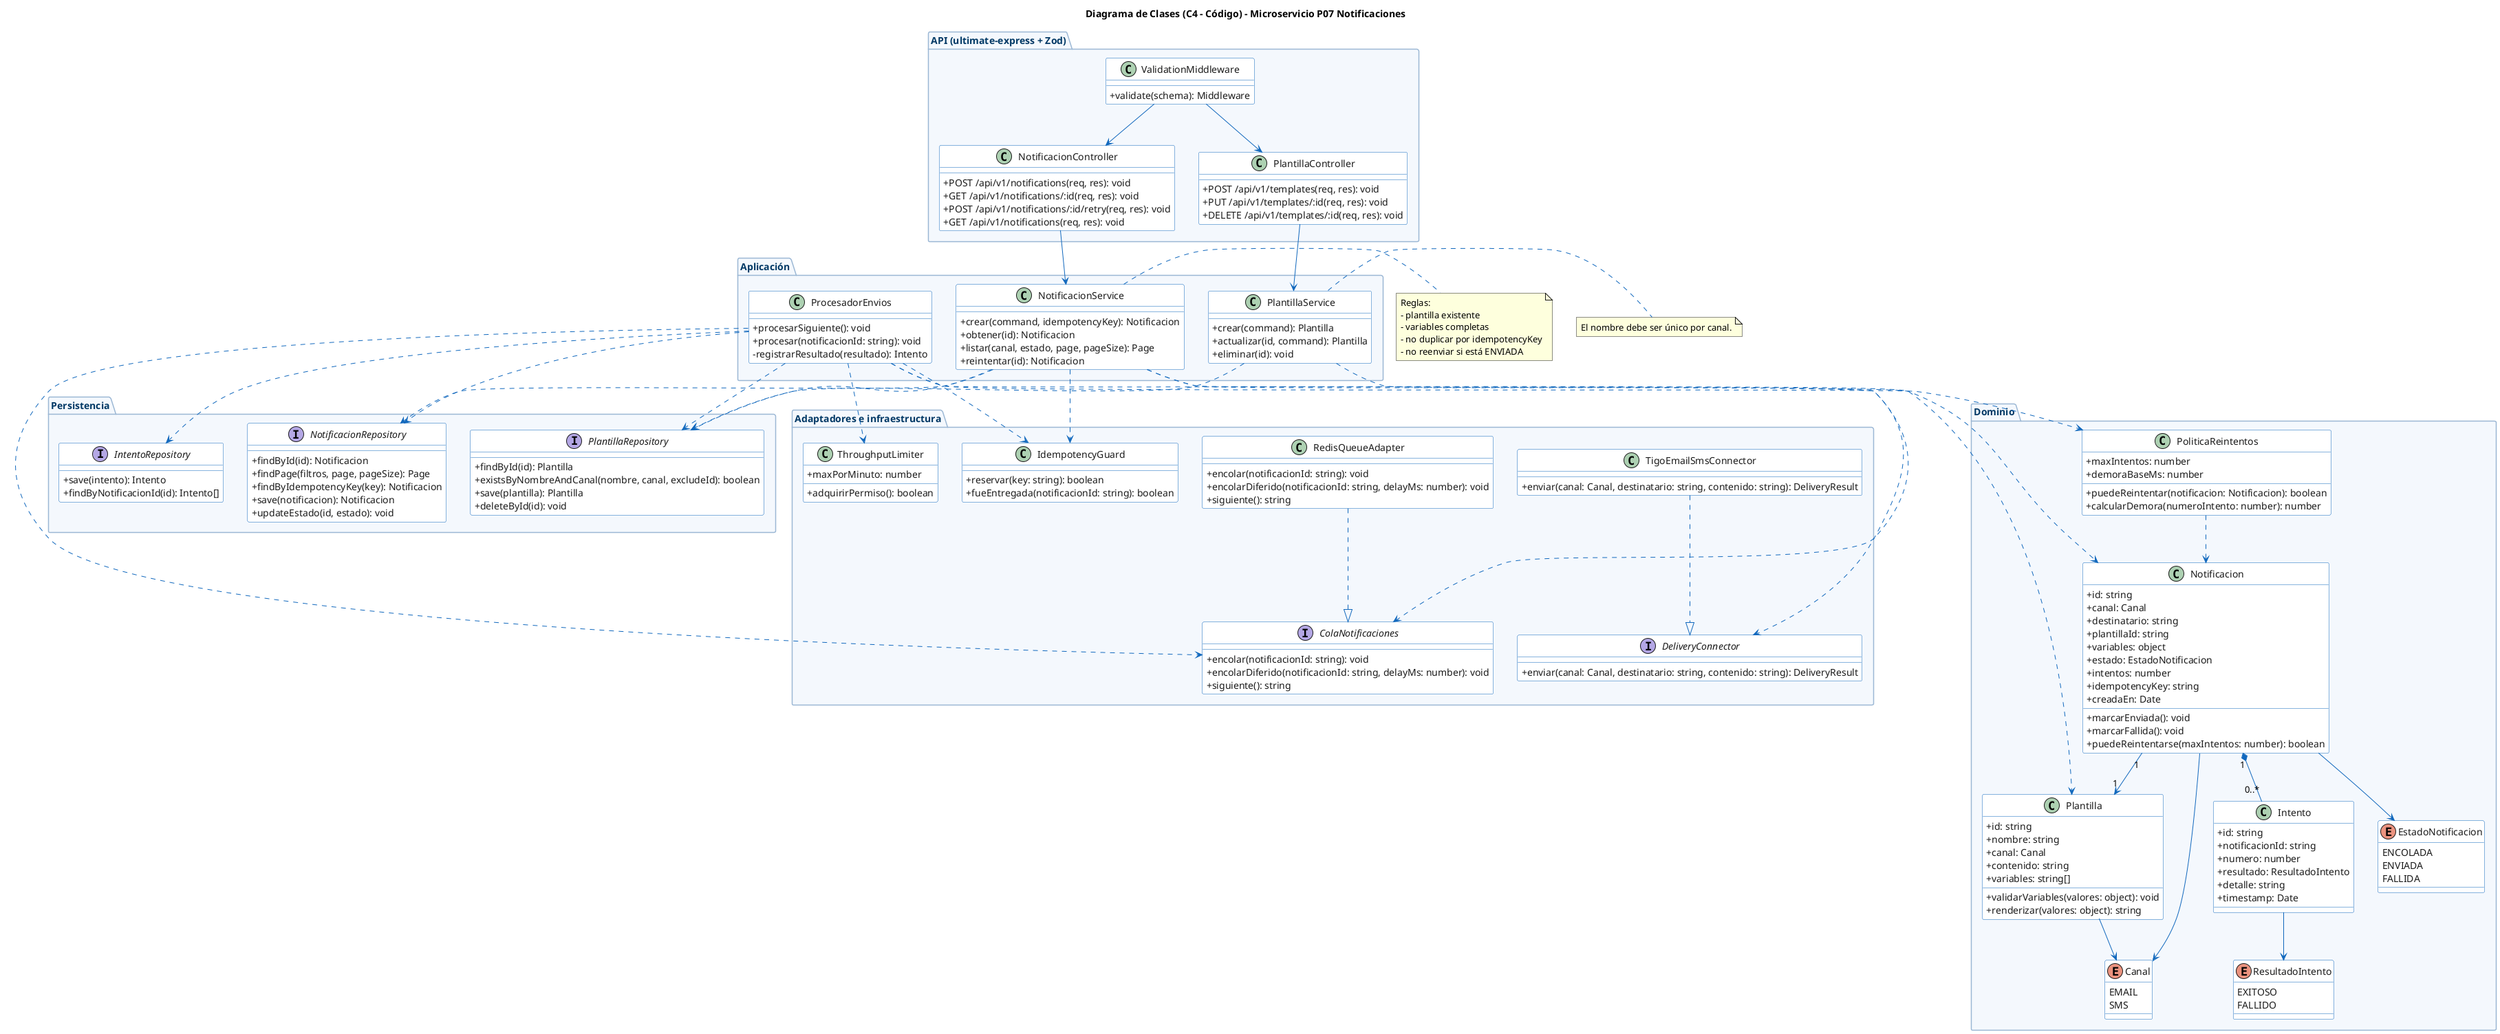
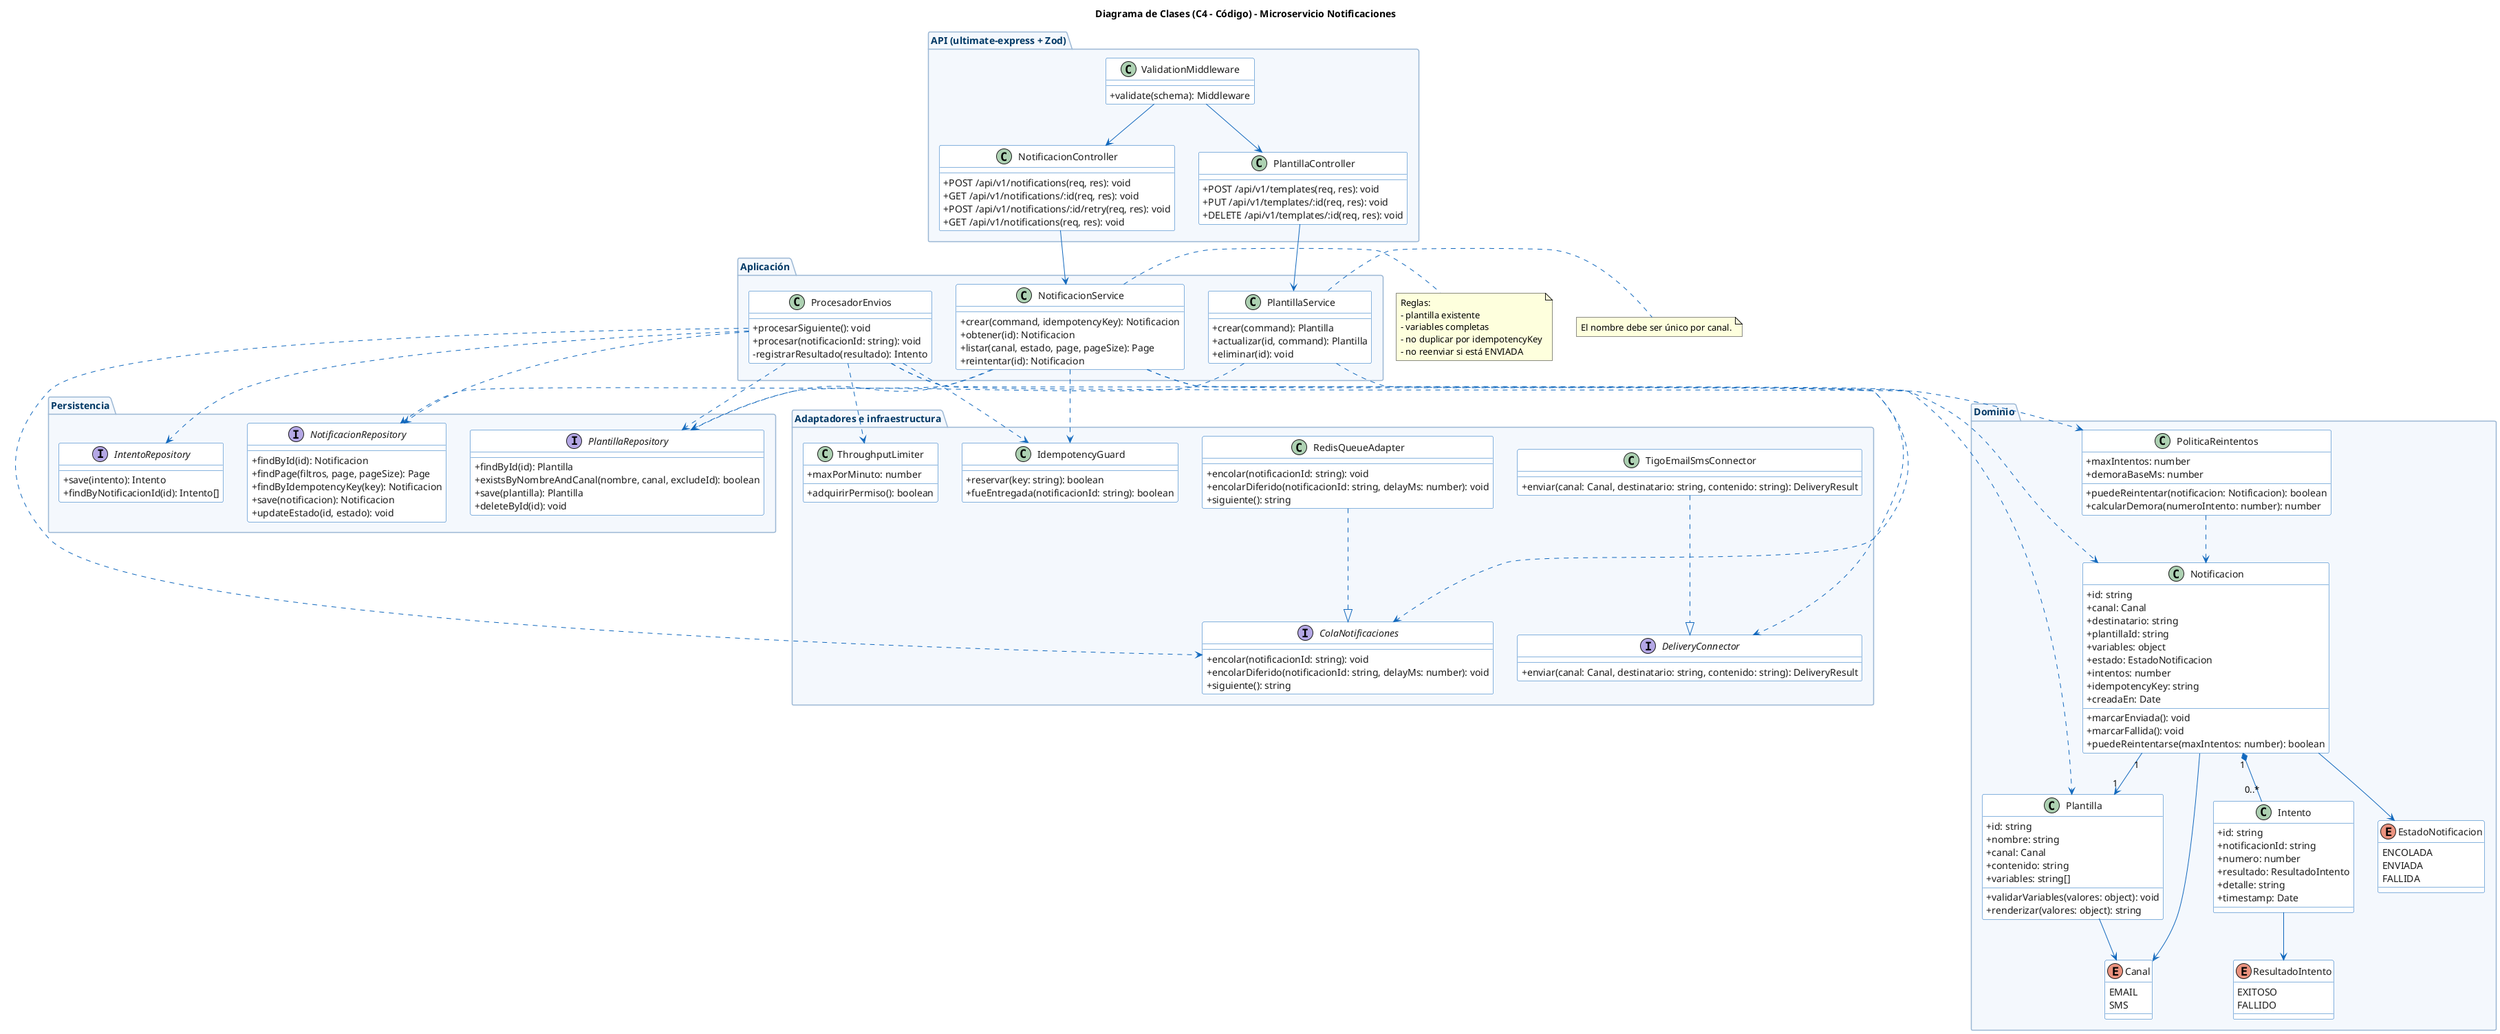
@startuml notificaciones-04-clases
- ' ============================================================
- ' C4 - Nivel 4: Código (Diagrama de Clases)
- ' Sistema: P07 - Microservicio de Notificaciones
- ' ============================================================
+ 
skinparam backgroundColor #FFFFFF
skinparam shadowing false
skinparam classAttributeIconSize 0
skinparam class {
    BackgroundColor #FFFFFF
    BorderColor #1168BD
    ArrowColor #1168BD
    FontColor #1A1A1A
    AttributeFontColor #1A1A1A
    StereotypeFontColor #003865
}
skinparam package {
    BackgroundColor #F4F8FD
    BorderColor #9BB7D4
    FontColor #003865
}
skinparam enum {
    BackgroundColor #FFF7E6
    BorderColor #E0A800
    FontColor #1A1A1A
}

- title Diagrama de Clases (C4 - Código) - Microservicio P07 Notificaciones
+ title Diagrama de Clases (C4 - Código) - Microservicio Notificaciones

package "Dominio" {
    enum Canal {
        EMAIL
        SMS
    }

    enum EstadoNotificacion {
        ENCOLADA
        ENVIADA
        FALLIDA
    }

    enum ResultadoIntento {
        EXITOSO
        FALLIDO
    }

    class Plantilla {
        +id: string
        +nombre: string
        +canal: Canal
        +contenido: string
        +variables: string[]
        +validarVariables(valores: object): void
        +renderizar(valores: object): string
    }

    class Notificacion {
        +id: string
        +canal: Canal
        +destinatario: string
        +plantillaId: string
        +variables: object
        +estado: EstadoNotificacion
        +intentos: number
        +idempotencyKey: string
        +creadaEn: Date
        +marcarEnviada(): void
        +marcarFallida(): void
        +puedeReintentarse(maxIntentos: number): boolean
    }

    class Intento {
        +id: string
        +notificacionId: string
        +numero: number
        +resultado: ResultadoIntento
        +detalle: string
        +timestamp: Date
    }

    class PoliticaReintentos {
        +maxIntentos: number
        +demoraBaseMs: number
        +puedeReintentar(notificacion: Notificacion): boolean
        +calcularDemora(numeroIntento: number): number
    }
}

Plantilla --> Canal
Notificacion --> Canal
Notificacion --> EstadoNotificacion
Notificacion "1" --> "1" Plantilla
Notificacion "1" *-- "0..*" Intento
Intento --> ResultadoIntento
PoliticaReintentos ..> Notificacion

package "API (ultimate-express + Zod)" {
    class NotificacionController {
        +POST /api/v1/notifications(req, res): void
        +GET /api/v1/notifications/:id(req, res): void
        +POST /api/v1/notifications/:id/retry(req, res): void
        +GET /api/v1/notifications(req, res): void
    }

    class PlantillaController {
        +POST /api/v1/templates(req, res): void
        +PUT /api/v1/templates/:id(req, res): void
        +DELETE /api/v1/templates/:id(req, res): void
    }

    class ValidationMiddleware {
        +validate(schema): Middleware
    }
}

package "Aplicación" {
    class NotificacionService {
        +crear(command, idempotencyKey): Notificacion
        +obtener(id): Notificacion
        +listar(canal, estado, page, pageSize): Page
        +reintentar(id): Notificacion
    }

    class PlantillaService {
        +crear(command): Plantilla
        +actualizar(id, command): Plantilla
        +eliminar(id): void
    }

    class ProcesadorEnvios {
        +procesarSiguiente(): void
        +procesar(notificacionId: string): void
        -registrarResultado(resultado): Intento
    }
}

ValidationMiddleware --> NotificacionController
ValidationMiddleware --> PlantillaController
NotificacionController --> NotificacionService
PlantillaController --> PlantillaService

package "Persistencia" {
    interface NotificacionRepository {
        +findById(id): Notificacion
        +findPage(filtros, page, pageSize): Page
        +findByIdempotencyKey(key): Notificacion
        +save(notificacion): Notificacion
        +updateEstado(id, estado): void
    }

    interface PlantillaRepository {
        +findById(id): Plantilla
        +existsByNombreAndCanal(nombre, canal, excludeId): boolean
        +save(plantilla): Plantilla
        +deleteById(id): void
    }

    interface IntentoRepository {
        +save(intento): Intento
        +findByNotificacionId(id): Intento[]
    }
}

package "Adaptadores e infraestructura" {
    interface ColaNotificaciones {
        +encolar(notificacionId: string): void
        +encolarDiferido(notificacionId: string, delayMs: number): void
        +siguiente(): string
    }

    interface DeliveryConnector {
        +enviar(canal: Canal, destinatario: string, contenido: string): DeliveryResult
    }

    class TigoEmailSmsConnector {
        +enviar(canal: Canal, destinatario: string, contenido: string): DeliveryResult
    }

    class RedisQueueAdapter {
        +encolar(notificacionId: string): void
        +encolarDiferido(notificacionId: string, delayMs: number): void
        +siguiente(): string
    }

    class ThroughputLimiter {
        +maxPorMinuto: number
        +adquirirPermiso(): boolean
    }

    class IdempotencyGuard {
        +reservar(key: string): boolean
        +fueEntregada(notificacionId: string): boolean
    }
}

TigoEmailSmsConnector ..|> DeliveryConnector
RedisQueueAdapter ..|> ColaNotificaciones

NotificacionService ..> NotificacionRepository
NotificacionService ..> PlantillaRepository
NotificacionService ..> ColaNotificaciones
NotificacionService ..> IdempotencyGuard
NotificacionService ..> Notificacion

PlantillaService ..> PlantillaRepository
PlantillaService ..> Plantilla

ProcesadorEnvios ..> NotificacionRepository
ProcesadorEnvios ..> PlantillaRepository
ProcesadorEnvios ..> IntentoRepository
ProcesadorEnvios ..> ColaNotificaciones
ProcesadorEnvios ..> DeliveryConnector
ProcesadorEnvios ..> ThroughputLimiter
ProcesadorEnvios ..> IdempotencyGuard
ProcesadorEnvios ..> PoliticaReintentos

note right of NotificacionService
  Reglas:
  - plantilla existente
  - variables completas
  - no duplicar por idempotencyKey
  - no reenviar si está ENVIADA
end note

note right of PlantillaService
  El nombre debe ser único por canal.
end note

@enduml
